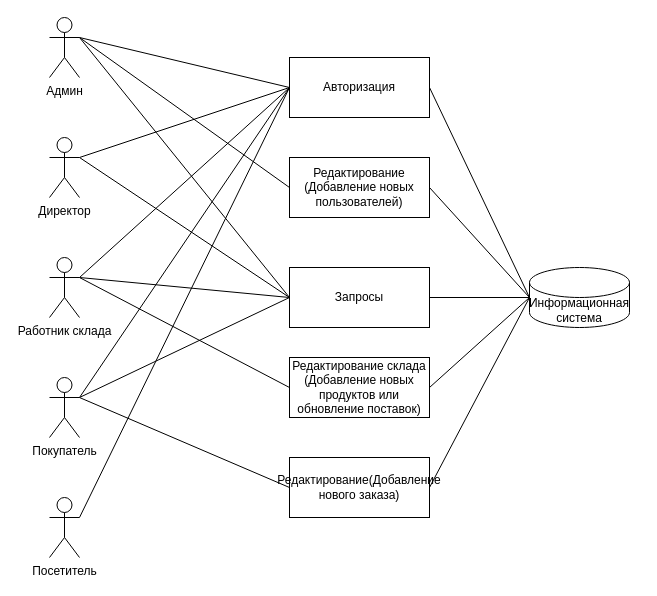
This is 5 Term/Data Bases coursework/Варианты использования.drawio from 1790691720/BMSTU-Studing, a draw.io file, before an edit. Source tidied: cells renumbered, new cells numbered last; positions are measured from the earlier drawing's top-left corner, leaving out a move shared by most shapes. Both pictures are drawn from the tidied source at 100%, with x=0, y=0 at pixel (49, 17).
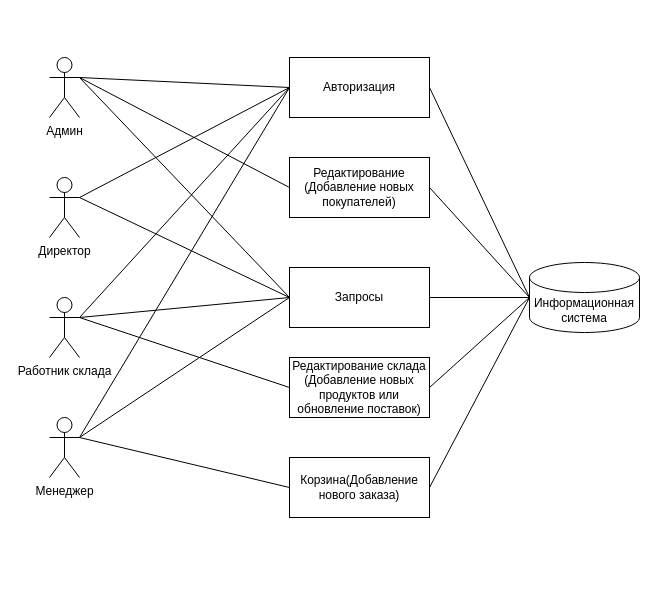
After the change.

The change refers to these unchanged cells:
```xml
<mxCell id="8" value="Авторизация" style="rounded=0;whiteSpace=wrap;html=1;" parent="1" vertex="1">
  <mxGeometry x="240" y="40" width="140" height="60" as="geometry" />
</mxCell>
```

What changed in the source:
```diff
@@
     <mxCell id="2" value="Админ" style="shape=umlActor;verticalLabelPosition=bottom;verticalAlign=top;html=1;outlineConnect=0;" parent="1" vertex="1">
-      <mxGeometry width="30" height="60" as="geometry" />
+      <mxGeometry y="40" width="30" height="60" as="geometry" />
     </mxCell>
     <mxCell id="3" value="Директор" style="shape=umlActor;verticalLabelPosition=bottom;verticalAlign=top;html=1;outlineConnect=0;" parent="1" vertex="1">
-      <mxGeometry y="120" width="30" height="60" as="geometry" />
+      <mxGeometry y="160" width="30" height="60" as="geometry" />
     </mxCell>
     <mxCell id="4" value="Работник склада" style="shape=umlActor;verticalLabelPosition=bottom;verticalAlign=top;html=1;outlineConnect=0;" parent="1" vertex="1">
-      <mxGeometry y="240" width="30" height="60" as="geometry" />
+      <mxGeometry y="280" width="30" height="60" as="geometry" />
     </mxCell>
-    <mxCell id="5" value="Покупатель" style="shape=umlActor;verticalLabelPosition=bottom;verticalAlign=top;html=1;outlineConnect=0;" parent="1" vertex="1">
-      <mxGeometry y="360" width="30" height="60" as="geometry" />
+    <mxCell id="5" value="Менеджер" style="shape=umlActor;verticalLabelPosition=bottom;verticalAlign=top;html=1;outlineConnect=0;" parent="1" vertex="1">
+      <mxGeometry y="400" width="30" height="60" as="geometry" />
     </mxCell>
-    <mxCell id="6" value="Редактирование&lt;br&gt;(Добавление новых пользователей)" style="rounded=0;whiteSpace=wrap;html=1;" parent="1" vertex="1">
+    <mxCell id="6" value="Редактирование&lt;br&gt;(Добавление новых покупателей)" style="rounded=0;whiteSpace=wrap;html=1;" parent="1" vertex="1">
       <mxGeometry x="240" y="140" width="140" height="60" as="geometry" />
     </mxCell>
@@
-    <mxCell id="9" value="Редактирование(Добавление нового заказа)" style="rounded=0;whiteSpace=wrap;html=1;" parent="1" vertex="1">
+    <mxCell id="9" value="Корзина(Добавление нового заказа)" style="rounded=0;whiteSpace=wrap;html=1;" parent="1" vertex="1">
       <mxGeometry x="240" y="440" width="140" height="60" as="geometry" />
     </mxCell>
     <mxCell id="10" value="Информационная система" style="shape=cylinder3;whiteSpace=wrap;html=1;boundedLbl=1;backgroundOutline=1;size=15;" parent="1" vertex="1">
-      <mxGeometry x="480" y="250" width="100" height="60" as="geometry" />
+      <mxGeometry x="480" y="245" width="110" height="70" as="geometry" />
     </mxCell>
@@
-    <mxCell id="27" value="Посетитель" style="shape=umlActor;verticalLabelPosition=bottom;verticalAlign=top;html=1;outlineConnect=0;" parent="1" vertex="1">
-      <mxGeometry y="480" width="30" height="60" as="geometry" />
-    </mxCell>
-    <mxCell id="28" style="endArrow=none;html=1;exitX=1;exitY=0.3333333333333333;exitDx=0;exitDy=0;exitPerimeter=0;entryX=0;entryY=0.5;entryDx=0;entryDy=0;" parent="1" edge="1" source="27" target="8">
-      <mxGeometry relative="1" as="geometry" />
-    </mxCell>
```
